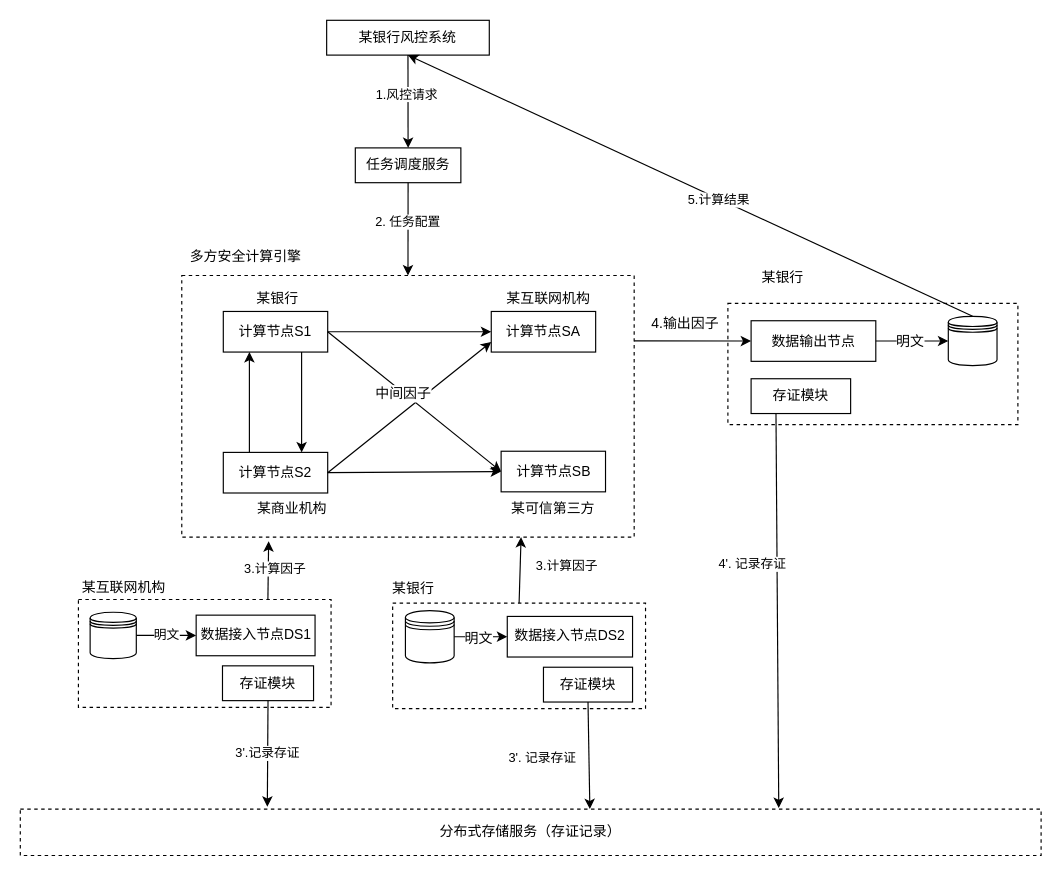
Earlier version of the draw.io diagram lianhefengkong.drawio (yankaili2006/drawing_io). Source tidied: cells renumbered, new cells numbered last; positions are measured from the earlier drawing's top-left corner, leaving out a move shared by most shapes. Both pictures are drawn from the tidied source at 116%, with x=0, y=0 at pixel (20, 20).
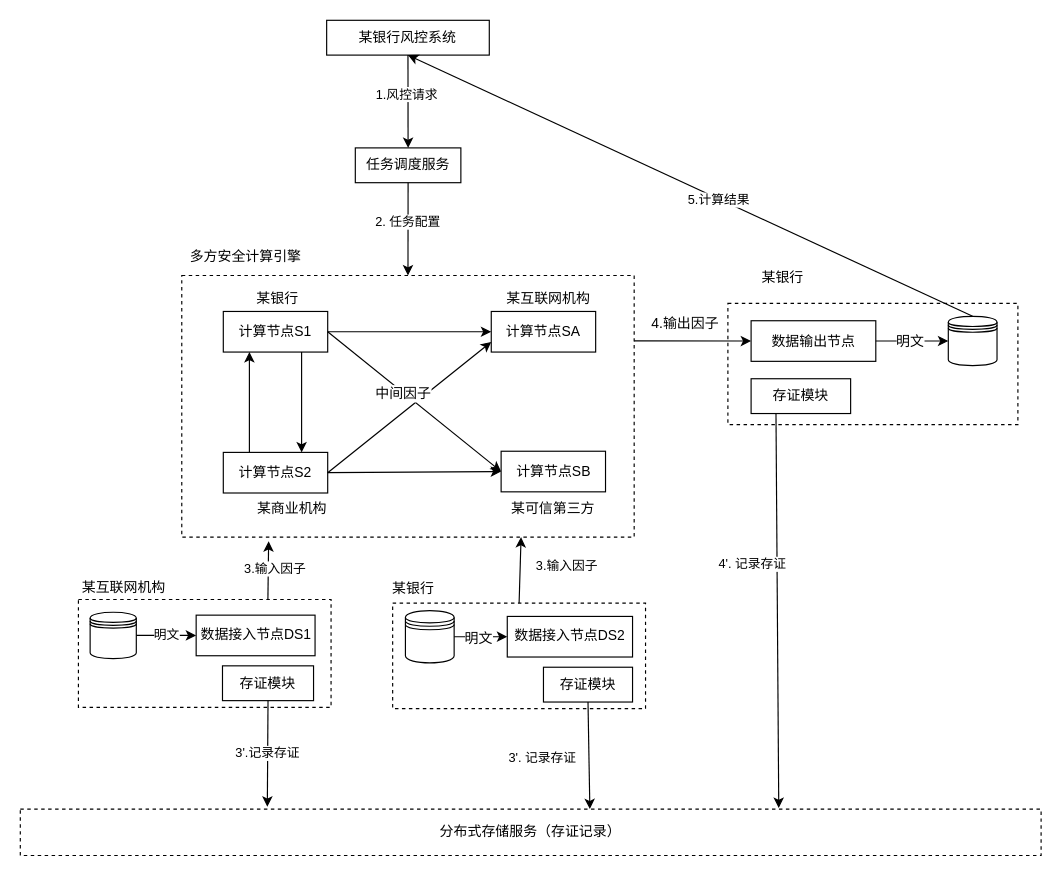
The same diagram, later.

Unchanged cells that the change refers to:
```xml
<mxCell id="48" style="endArrow=classic;html=1;exitX=0.75;exitY=0;exitDx=0;exitDy=0;entryX=0.192;entryY=1.016;entryDx=0;entryDy=0;entryPerimeter=0;" parent="1" edge="1" source="4" target="5">
  <mxGeometry relative="1" as="geometry" />
</mxCell>
<mxCell id="50" style="endArrow=classic;html=1;entryX=0.75;entryY=1;entryDx=0;entryDy=0;exitX=0.5;exitY=0;exitDx=0;exitDy=0;" parent="1" edge="1" source="3" target="5">
  <mxGeometry relative="1" as="geometry" />
</mxCell>
```

Change to the diagram source:
```diff
@@
-    <mxCell id="49" value="&amp;nbsp;3.计算因子" style="edgeLabel;html=1;align=center;verticalAlign=middle;" parent="48" vertex="1">
+    <mxCell id="49" value="&amp;nbsp;3.输入因子" style="edgeLabel;html=1;align=center;verticalAlign=middle;" parent="48" vertex="1">
       <mxGeometry x="0.18" y="4" relative="1" as="geometry">
         <mxPoint x="7.9" y="3" as="offset" />
       </mxGeometry>
     </mxCell>
@@
-    <mxCell id="51" value="3.计算因子" style="edgeLabel;html=1;align=center;verticalAlign=middle;" parent="50" vertex="1">
+    <mxCell id="51" value="3.输入因子" style="edgeLabel;html=1;align=center;verticalAlign=middle;" parent="50" vertex="1">
       <mxGeometry x="-0.19" y="-1" relative="1" as="geometry">
         <mxPoint x="38.4" y="-10" as="offset" />
       </mxGeometry>
     </mxCell>
```
